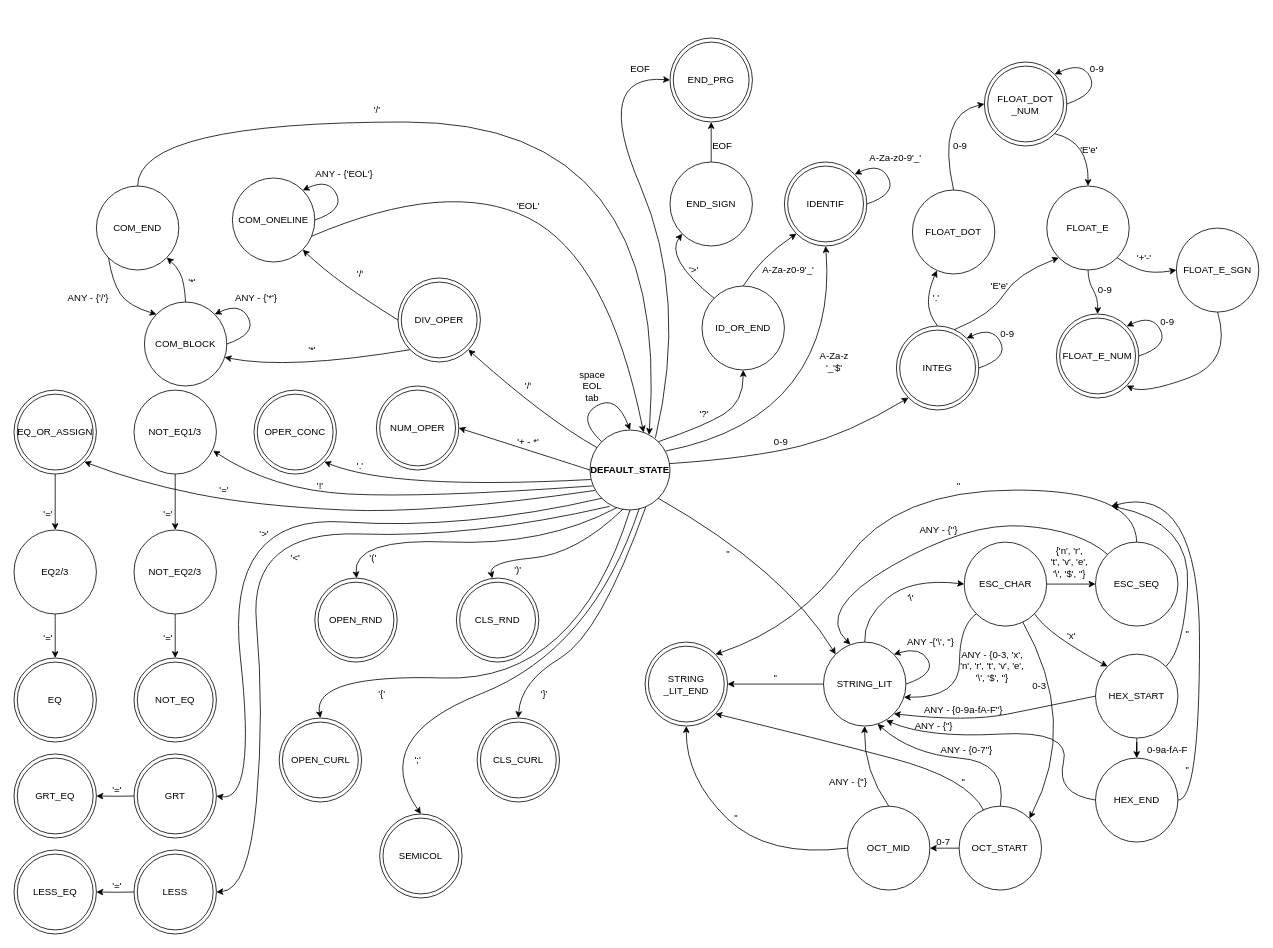
Earlier version of the draw.io diagram info/DFSM-pro-scanner.drawio (Daniel-Jacobs-FIT/projekt_prekladac). Source tidied: cells renumbered, new cells numbered last; positions are measured from the earlier drawing's top-left corner, leaving out a move shared by most shapes. Both pictures are drawn from the tidied source at 80%, with x=0, y=0 at pixel (14, 38).
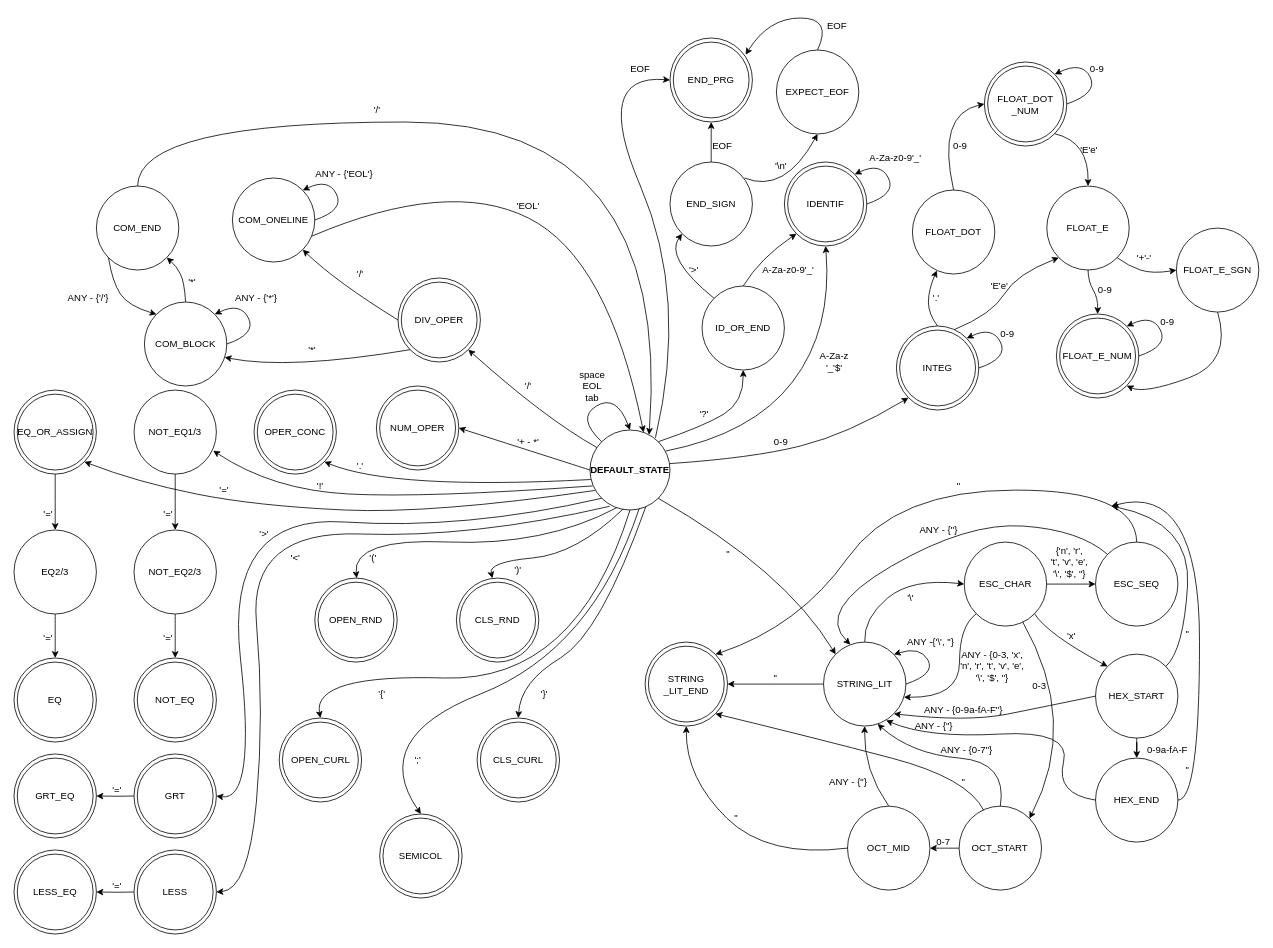
Above is the later version.

Commit message:
pridani expected_eof stav do FSM diagramu

The change refers to these unchanged cells:
```xml
<mxCell id="106" value="END_SIGN" style="ellipse;whiteSpace=wrap;html=1;" parent="1" vertex="1">
  <mxGeometry x="820" width="103" height="105" as="geometry" />
</mxCell>
```

What changed in the source:
```diff
@@
+    <mxCell id="192" value="EXPECT_EOF" style="ellipse;whiteSpace=wrap;html=1;" parent="1" vertex="1">
+      <mxGeometry x="953" y="15" width="103" height="105" as="geometry" />
+    </mxCell>
+    <mxCell id="193" style="curved=1;endArrow=classic;html=1;rounded=0;entryX=0.5;entryY=1;entryDx=0;entryDy=0;" parent="1" edge="1" target="192">
+      <mxGeometry relative="1" as="geometry">
+        <mxPoint x="913" y="175" as="sourcePoint" />
+        <Array as="points">
+          <mxPoint x="963" y="195" />
+        </Array>
+      </mxGeometry>
+    </mxCell>
+    <mxCell id="194" value="'\n'" style="text;html=1;strokeColor=none;fillColor=none;align=center;verticalAlign=middle;whiteSpace=wrap;rounded=0;" parent="1" vertex="1">
+      <mxGeometry x="928.9" y="145" width="60" height="30" as="geometry" />
+    </mxCell>
+    <mxCell id="195" style="curved=1;endArrow=classic;html=1;rounded=0;exitX=0.5;exitY=0;exitDx=0;exitDy=0;entryX=0.918;entryY=0.199;entryDx=0;entryDy=0;entryPerimeter=0;" parent="1" edge="1" source="192" target="106">
+      <mxGeometry relative="1" as="geometry">
+        <Array as="points">
+          <mxPoint x="1023" y="-25" />
+          <mxPoint x="943" y="-25" />
+        </Array>
+      </mxGeometry>
+    </mxCell>
+    <mxCell id="196" value="EOF" style="text;html=1;strokeColor=none;fillColor=none;align=center;verticalAlign=middle;whiteSpace=wrap;rounded=0;" parent="1" vertex="1">
+      <mxGeometry x="998.9" y="-30" width="60" height="30" as="geometry" />
+    </mxCell>
```
